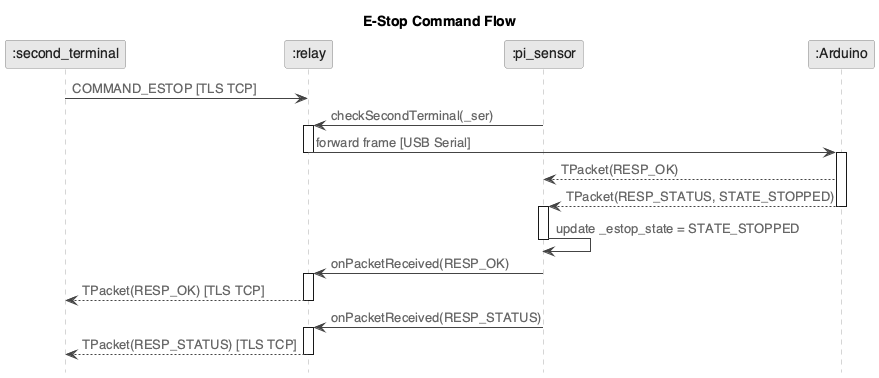
This is code1/diagrams/E_Stop_Command_Flow.png from vanillashake17/epp2-updated, a PlantUML export, as it was before one commit.
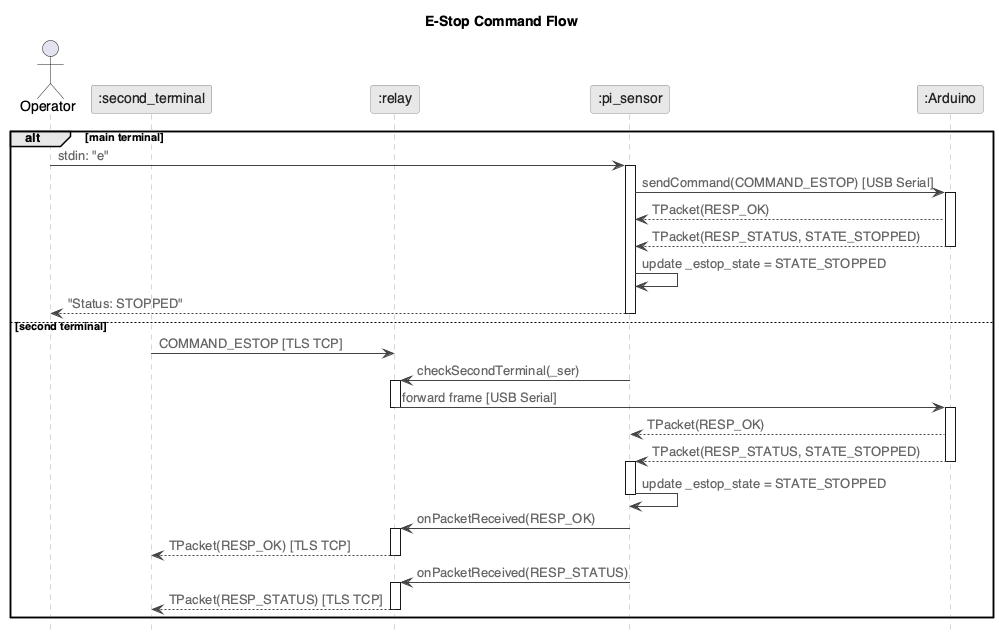
Above is the later version.

Commit message:
update estop diagram to show that both terminals can trigger estop

What changed in the source:
```diff
@@ -17,35 +17,50 @@
 
 title E-Stop Command Flow
 
+actor "Operator" as op
 participant ":second_terminal" as st
 participant ":relay" as relay
 participant ":pi_sensor" as pi
 participant ":Arduino" as ard
 
-st -> relay : COMMAND_ESTOP [TLS TCP]
+alt main terminal
+  op -> pi : stdin: "e"
+  activate pi
+  pi -> ard : sendCommand(COMMAND_ESTOP) [USB Serial]
+  activate ard
+  ard --> pi : TPacket(RESP_OK)
+  ard --> pi : TPacket(RESP_STATUS, STATE_STOPPED)
+  deactivate ard
+  pi -> pi : update _estop_state = STATE_STOPPED
+  pi --> op : "Status: STOPPED"
+  deactivate pi
 
-pi -> relay : checkSecondTerminal(_ser)
-activate relay
-relay -> ard : forward frame [USB Serial]
-deactivate relay
-activate ard
+else second terminal
+  st -> relay : COMMAND_ESTOP [TLS TCP]
 
-ard --> pi : TPacket(RESP_OK)
-ard --> pi : TPacket(RESP_STATUS, STATE_STOPPED)
-deactivate ard
+  pi -> relay : checkSecondTerminal(_ser)
+  activate relay
+  relay -> ard : forward frame [USB Serial]
+  deactivate relay
+  activate ard
 
-activate pi
-pi -> pi : update _estop_state = STATE_STOPPED
-deactivate pi
+  ard --> pi : TPacket(RESP_OK)
+  ard --> pi : TPacket(RESP_STATUS, STATE_STOPPED)
+  deactivate ard
 
-pi -> relay : onPacketReceived(RESP_OK)
-activate relay
-relay --> st : TPacket(RESP_OK) [TLS TCP]
-deactivate relay
+  activate pi
+  pi -> pi : update _estop_state = STATE_STOPPED
+  deactivate pi
 
-pi -> relay : onPacketReceived(RESP_STATUS)
-activate relay
-relay --> st : TPacket(RESP_STATUS) [TLS TCP]
-deactivate relay
+  pi -> relay : onPacketReceived(RESP_OK)
+  activate relay
+  relay --> st : TPacket(RESP_OK) [TLS TCP]
+  deactivate relay
+
+  pi -> relay : onPacketReceived(RESP_STATUS)
+  activate relay
+  relay --> st : TPacket(RESP_STATUS) [TLS TCP]
+  deactivate relay
+end
 
 @enduml
```
